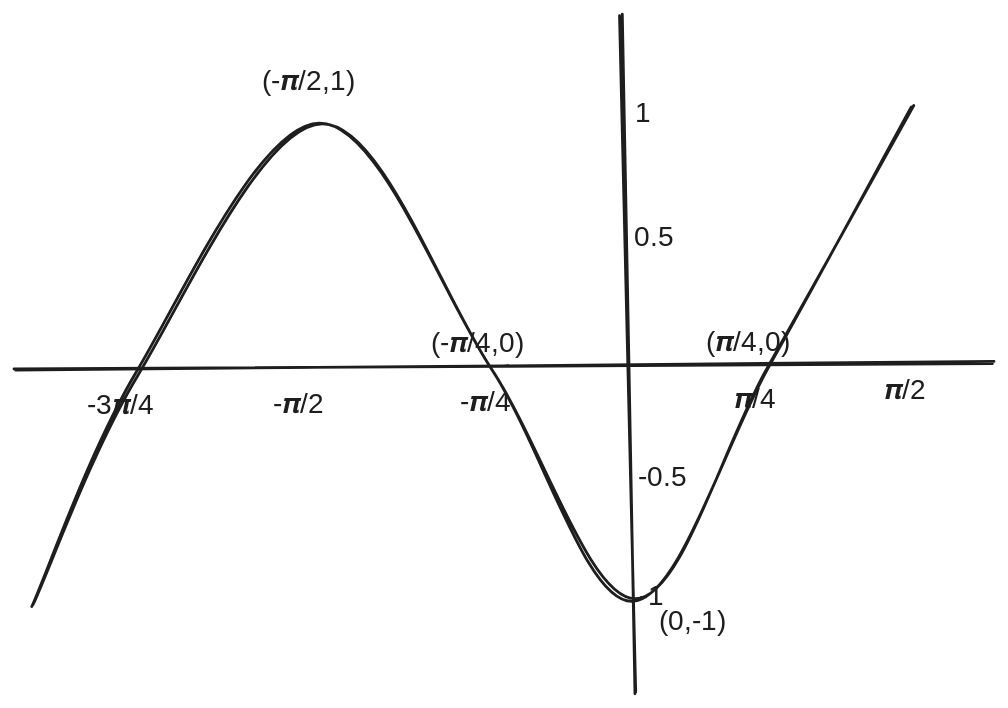
Before: content/assets/guide to trigonometry 2024-09-06 18.01.14.excalidraw.svg, a diagram exported from Excalidraw (starlitriver/starlitriver.github.io). Source tidied: one line per element, renumbered; positions are measured from the earlier drawing's top-left corner, leaving out a move shared by most shapes.
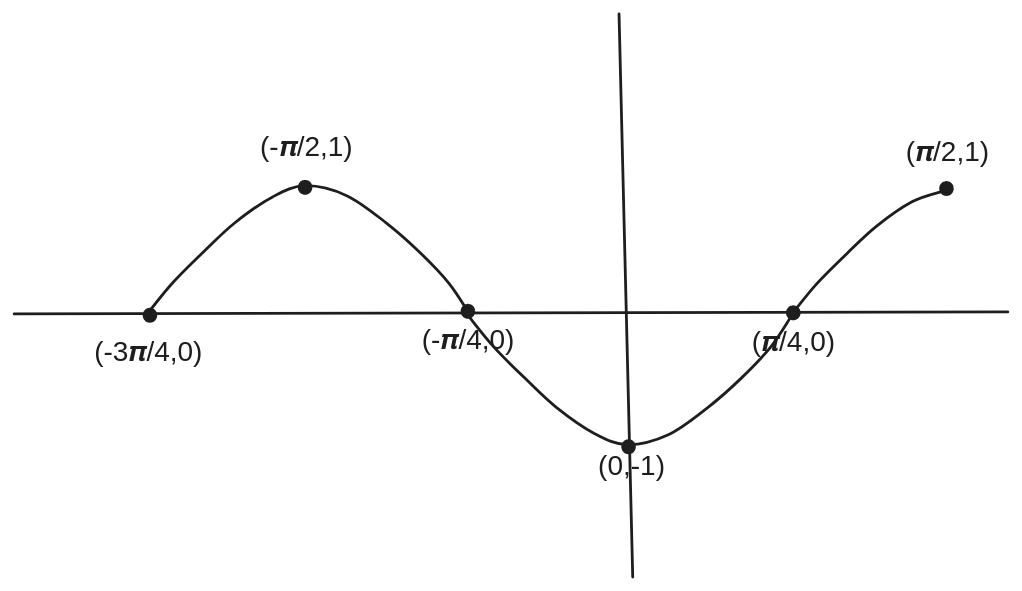
After the commit.

Diff of the diagram source:
```diff
@@ -1,16 +1,17 @@
-{"id": 0, "type": "line", "strokeColor": "#1e1e1e", "strokeWidth": 2, "roughness": 1, "round": true, "x": 0, "y": 253, "width": 700, "height": 6, "points": [[0, 0], [700, -6]]}
+{"id": 0, "type": "line", "strokeColor": "#1e1e1e", "strokeWidth": 2, "roughness": 0, "round": true, "x": 73, "y": 736, "width": 710, "height": 1, "points": [[0, 0], [710, -1]]}
-{"id": 1, "type": "line", "strokeColor": "#1e1e1e", "strokeWidth": 2, "roughness": 1, "round": true, "x": 433, "y": 0, "width": 10, "height": 484, "points": [[0, 0], [10, 484]]}
+{"id": 1, "type": "line", "strokeColor": "#1e1e1e", "strokeWidth": 2, "roughness": 0, "round": true, "x": 506, "y": 521, "width": 10, "height": 402, "points": [[0, 0], [10, 402]]}
-{"id": 2, "type": "text", "text": "𝝅/4", "strokeColor": "#1e1e1e", "strokeWidth": 2, "roughness": 1, "fontSize": 20, "fontFamily": 1, "x": 514, "y": 263, "width": 36, "height": 25}
-{"id": 3, "type": "text", "text": "-𝝅/4", "strokeColor": "#1e1e1e", "strokeWidth": 2, "roughness": 1, "fontSize": 20, "fontFamily": 1, "x": 318, "y": 265, "width": 44, "height": 25}
-{"id": 4, "type": "text", "text": "𝝅/2", "strokeColor": "#1e1e1e", "strokeWidth": 2, "roughness": 1, "fontSize": 20, "fontFamily": 1, "x": 621, "y": 256, "width": 37, "height": 25}
+{"id": 4, "type": "text", "text": "(𝝅/2,1)", "strokeColor": "#1e1e1e", "strokeWidth": 2, "roughness": 0, "fontSize": 20, "fontFamily": 2, "x": 711, "y": 608, "width": 59, "height": 23}
-{"id": 5, "type": "text", "text": "-𝝅/2", "strokeColor": "#1e1e1e", "strokeWidth": 2, "roughness": 1, "fontSize": 20, "fontFamily": 1, "x": 184, "y": 266, "width": 45, "height": 25}
-{"id": 6, "type": "text", "text": "-3𝝅/4", "strokeColor": "#1e1e1e", "strokeWidth": 2, "roughness": 1, "fontSize": 20, "fontFamily": 1, "x": 52, "y": 267, "width": 57, "height": 25}
+{"id": 6, "type": "text", "text": "(-3𝝅/4,0)", "strokeColor": "#1e1e1e", "strokeWidth": 2, "roughness": 0, "fontSize": 20, "fontFamily": 2, "x": 131, "y": 751, "width": 77, "height": 23}
-{"id": 7, "type": "text", "text": "0.5", "strokeColor": "#1e1e1e", "strokeWidth": 2, "roughness": 1, "fontSize": 20, "fontFamily": 1, "x": 443, "y": 147, "width": 32, "height": 25}
-{"id": 8, "type": "text", "text": "1", "strokeColor": "#1e1e1e", "strokeWidth": 2, "roughness": 1, "fontSize": 20, "fontFamily": 1, "x": 443, "y": 59, "width": 5, "height": 25}
-{"id": 9, "type": "text", "text": "-1", "strokeColor": "#1e1e1e", "strokeWidth": 2, "roughness": 1, "fontSize": 20, "fontFamily": 1, "x": 446, "y": 404, "width": 14, "height": 25}
-{"id": 10, "type": "text", "text": "-0.5", "strokeColor": "#1e1e1e", "strokeWidth": 2, "roughness": 1, "fontSize": 20, "fontFamily": 1, "x": 446, "y": 319, "width": 40, "height": 25}
-{"id": 11, "type": "text", "text": "(𝝅/4,0)", "strokeColor": "#1e1e1e", "strokeWidth": 2, "roughness": 1, "fontSize": 20, "fontFamily": 1, "x": 494, "y": 222, "width": 70, "height": 25}
+{"id": 11, "type": "text", "text": "(𝝅/4,0)", "strokeColor": "#1e1e1e", "strokeWidth": 2, "roughness": 0, "fontSize": 20, "fontFamily": 2, "x": 600, "y": 744, "width": 59, "height": 23}
-{"id": 12, "type": "text", "text": "(-𝝅/2,1)", "strokeColor": "#1e1e1e", "strokeWidth": 2, "roughness": 1, "fontSize": 20, "fontFamily": 1, "x": 177, "y": 36, "width": 71, "height": 25}
+{"id": 12, "type": "text", "text": "(-𝝅/2,1)", "strokeColor": "#1e1e1e", "strokeWidth": 2, "roughness": 0, "fontSize": 20, "fontFamily": 2, "x": 249, "y": 605, "width": 66, "height": 23}
-{"id": 13, "type": "line", "strokeColor": "#1e1e1e", "strokeWidth": 2, "roughness": 1, "round": true, "x": 641, "y": 66, "width": 629, "height": 357, "points": [[0, 0], [-102, 186], [-200, 353], [-301, 187], [-423, 11], [-554, 190], [-629, 357]]}
-{"id": 14, "type": "text", "text": "(-𝝅/4,0)", "strokeColor": "#1e1e1e", "strokeWidth": 2, "roughness": 1, "fontSize": 20, "fontFamily": 1, "x": 298, "y": 223, "width": 78, "height": 25}
+{"id": 14, "type": "text", "text": "(-𝝅/4,0)", "strokeColor": "#1e1e1e", "strokeWidth": 2, "roughness": 0, "fontSize": 20, "fontFamily": 2, "x": 365, "y": 743, "width": 66, "height": 23}
-{"id": 15, "type": "text", "text": "(0,-1)", "strokeColor": "#1e1e1e", "strokeWidth": 2, "roughness": 1, "fontSize": 20, "fontFamily": 1, "x": 460, "y": 421, "width": 48, "height": 25}
+{"id": 15, "type": "text", "text": "(0,-1)", "strokeColor": "#1e1e1e", "strokeWidth": 2, "roughness": 0, "fontSize": 20, "fontFamily": 2, "x": 491, "y": 832, "width": 48, "height": 23}
+{"id": 16, "type": "line", "strokeColor": "#1e1e1e", "angle": 4.71, "strokeWidth": 2, "roughness": 0, "round": true, "x": 238, "y": 806, "width": 92, "height": 231, "points": [[0, 0], [22, -15], [45, -37], [65, -60], [85, -88], [92, -118], [84, -141], [65, -168], [45, -190], [22, -213], [-1, -231]]}
+{"id": 17, "type": "line", "strokeColor": "#1e1e1e", "angle": 1.57, "strokeWidth": 2, "roughness": 0, "round": true, "x": 468, "y": 667, "width": 92, "height": 231, "points": [[0, 0], [22, 15], [45, 37], [65, 60], [85, 88], [92, 118], [84, 141], [65, 168], [45, 190], [22, 213], [-1, 231]]}
+{"id": 18, "type": "ellipse", "strokeColor": "#1e1e1e", "backgroundColor": "#1e1e1e", "fillStyle": "solid", "strokeWidth": 2, "roughness": 0, "round": true, "x": 393, "y": 729, "width": 8, "height": 9}
+{"id": 19, "type": "ellipse", "strokeColor": "#1e1e1e", "backgroundColor": "#1e1e1e", "fillStyle": "solid", "strokeWidth": 2, "roughness": 0, "round": true, "x": 626, "y": 731, "width": 8, "height": 9}
+{"id": 20, "type": "ellipse", "strokeColor": "#1e1e1e", "backgroundColor": "#1e1e1e", "fillStyle": "solid", "strokeWidth": 2, "roughness": 0, "round": true, "x": 508, "y": 826, "width": 8, "height": 9}
+{"id": 21, "type": "ellipse", "strokeColor": "#1e1e1e", "backgroundColor": "#1e1e1e", "fillStyle": "solid", "strokeWidth": 2, "roughness": 0, "round": true, "x": 277, "y": 641, "width": 8, "height": 9}
+{"id": 22, "type": "ellipse", "strokeColor": "#1e1e1e", "backgroundColor": "#1e1e1e", "fillStyle": "solid", "strokeWidth": 2, "roughness": 0, "round": true, "x": 166, "y": 732, "width": 8, "height": 9}
+{"id": 23, "type": "line", "strokeColor": "#1e1e1e", "angle": 4.71, "strokeWidth": 2, "roughness": 0, "round": true, "x": 728, "y": 746, "width": 89, "height": 109, "points": [[0, 0], [-8, -23], [-25, -48], [-45, -70], [-67, -91], [-89, -109]]}
+{"id": 24, "type": "ellipse", "strokeColor": "#1e1e1e", "backgroundColor": "#1e1e1e", "fillStyle": "solid", "strokeWidth": 2, "roughness": 0, "round": true, "x": 735, "y": 642, "width": 8, "height": 9}
```
